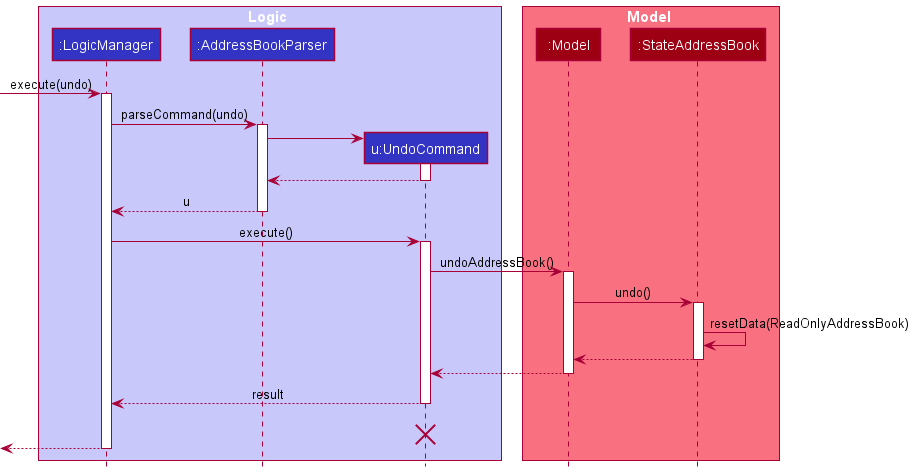
The PlantUML diagram docs/images/UndoSequenceDiagram.png in tandeshao/tp, before a commit. Source of this version:
```plantuml
@startuml
!include style.puml

box Logic LOGIC_COLOR_T1
participant ":LogicManager" as LogicManager LOGIC_COLOR
participant ":AddressBookParser" as AddressBookParser LOGIC_COLOR
participant "u:UndoCommand" as UndoCommand LOGIC_COLOR
end box

box Model MODEL_COLOR_T1
participant ":Model" as Model MODEL_COLOR
participant ":StateAddressBook" as StateAddressBook MODEL_COLOR
end box
[-> LogicManager : execute(undo)
activate LogicManager

LogicManager -> AddressBookParser : parseCommand(undo)
activate AddressBookParser

create UndoCommand
AddressBookParser -> UndoCommand
activate UndoCommand

UndoCommand --> AddressBookParser
deactivate UndoCommand

AddressBookParser --> LogicManager : u
deactivate AddressBookParser

LogicManager -> UndoCommand : execute()
activate UndoCommand

UndoCommand -> Model : undoAddressBook()
activate Model

Model -> StateAddressBook : undo()
activate StateAddressBook

StateAddressBook -> StateAddressBook :resetData(ReadOnlyAddressBook)
StateAddressBook --> Model :
deactivate StateAddressBook

Model --> UndoCommand
deactivate Model

UndoCommand --> LogicManager : result
deactivate UndoCommand
UndoCommand -[hidden]-> LogicManager : result
destroy UndoCommand

[<--LogicManager
deactivate LogicManager
@enduml
```
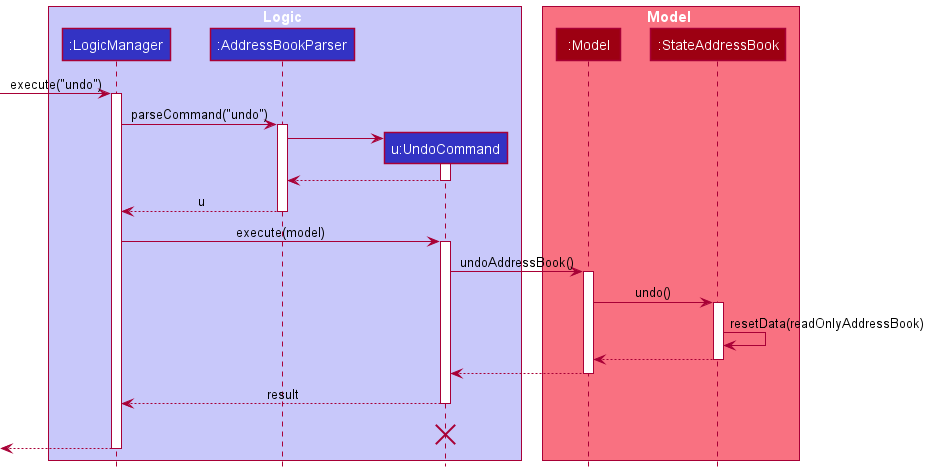
Above is the later version.

Commit message:
Update sequence diagrams

Change to the diagram source:
```diff
@@ -11,10 +11,10 @@
 participant ":Model" as Model MODEL_COLOR
 participant ":StateAddressBook" as StateAddressBook MODEL_COLOR
 end box
-[-> LogicManager : execute(undo)
+[-> LogicManager : execute("undo")
 activate LogicManager
 
-LogicManager -> AddressBookParser : parseCommand(undo)
+LogicManager -> AddressBookParser : parseCommand("undo")
 activate AddressBookParser
 
 create UndoCommand
@@ -27,7 +27,7 @@
 AddressBookParser --> LogicManager : u
 deactivate AddressBookParser
 
-LogicManager -> UndoCommand : execute()
+LogicManager -> UndoCommand : execute(model)
 activate UndoCommand
 
 UndoCommand -> Model : undoAddressBook()
@@ -36,7 +36,7 @@
 Model -> StateAddressBook : undo()
 activate StateAddressBook
 
-StateAddressBook -> StateAddressBook :resetData(ReadOnlyAddressBook)
+StateAddressBook -> StateAddressBook :resetData(readOnlyAddressBook)
 StateAddressBook --> Model :
 deactivate StateAddressBook
 
```
